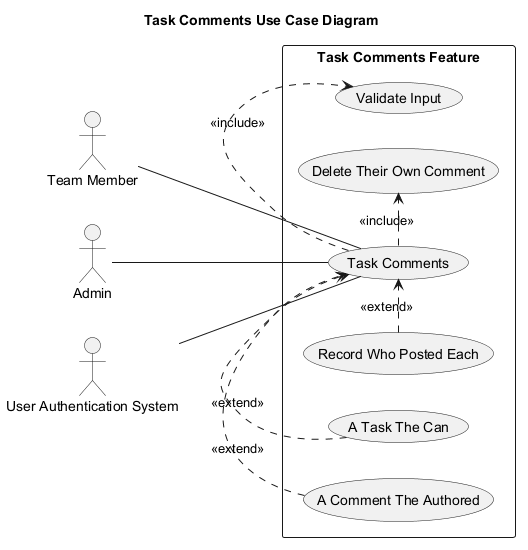
Above: services/agentic_service/outputs/taskflow/feature-task-comments/03_architecture/task_comments_usecase_v1.png in Dulneth210229/Auto-Forge-MAS (PlantUML), before the change.
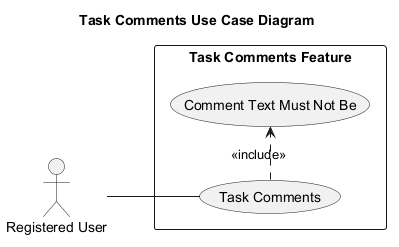
Later version of the same file.

Diff of the diagram source:
```diff
@@ -5,26 +5,14 @@
 
 title Task Comments Use Case Diagram
 
-actor "Team Member" as ACT_001
-actor "Admin" as ACT_002
-actor "User Authentication System" as ACT_003
+actor "Registered User" as ACT_001
 
 rectangle "Task Comments Feature" {
   usecase "Task Comments" as UC_001
-  usecase "Validate Input" as UC_002
-  usecase "Delete Their Own Comment" as UC_003
-  usecase "Record Who Posted Each" as UC_004
-  usecase "A Task The Can" as UC_005
-  usecase "A Comment The Authored" as UC_006
+  usecase "Comment Text Must Not Be" as UC_002
 }
 
 ACT_001 -- UC_001
-ACT_002 -- UC_001
-ACT_003 -- UC_001
 UC_001 .> UC_002 : <<include>>
-UC_001 .> UC_003 : <<include>>
-UC_004 .> UC_001 : <<extend>>
-UC_005 .> UC_001 : <<extend>>
-UC_006 .> UC_001 : <<extend>>
 
 @enduml
```
